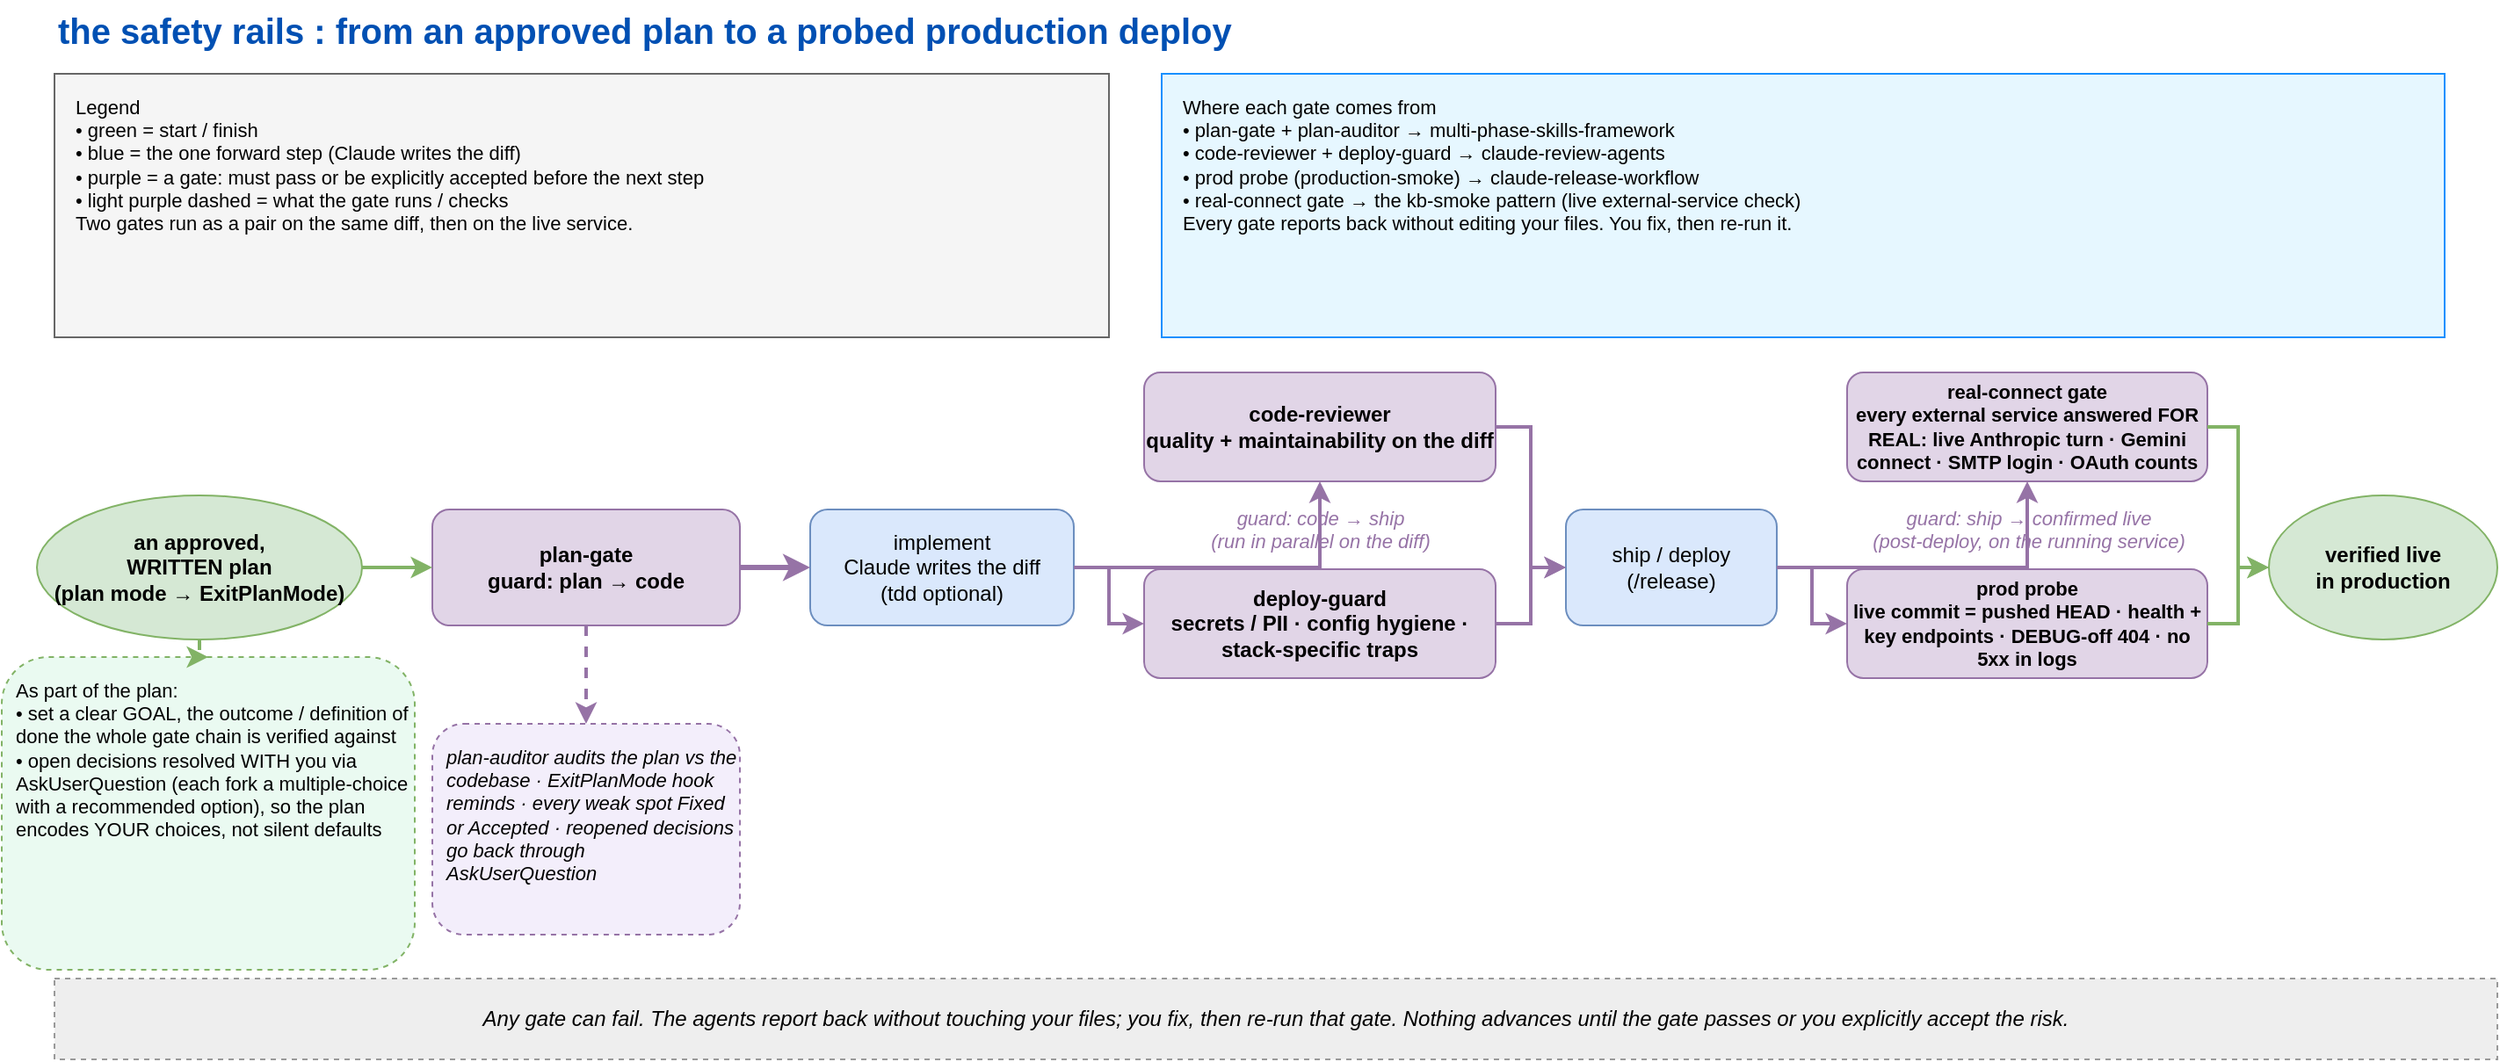
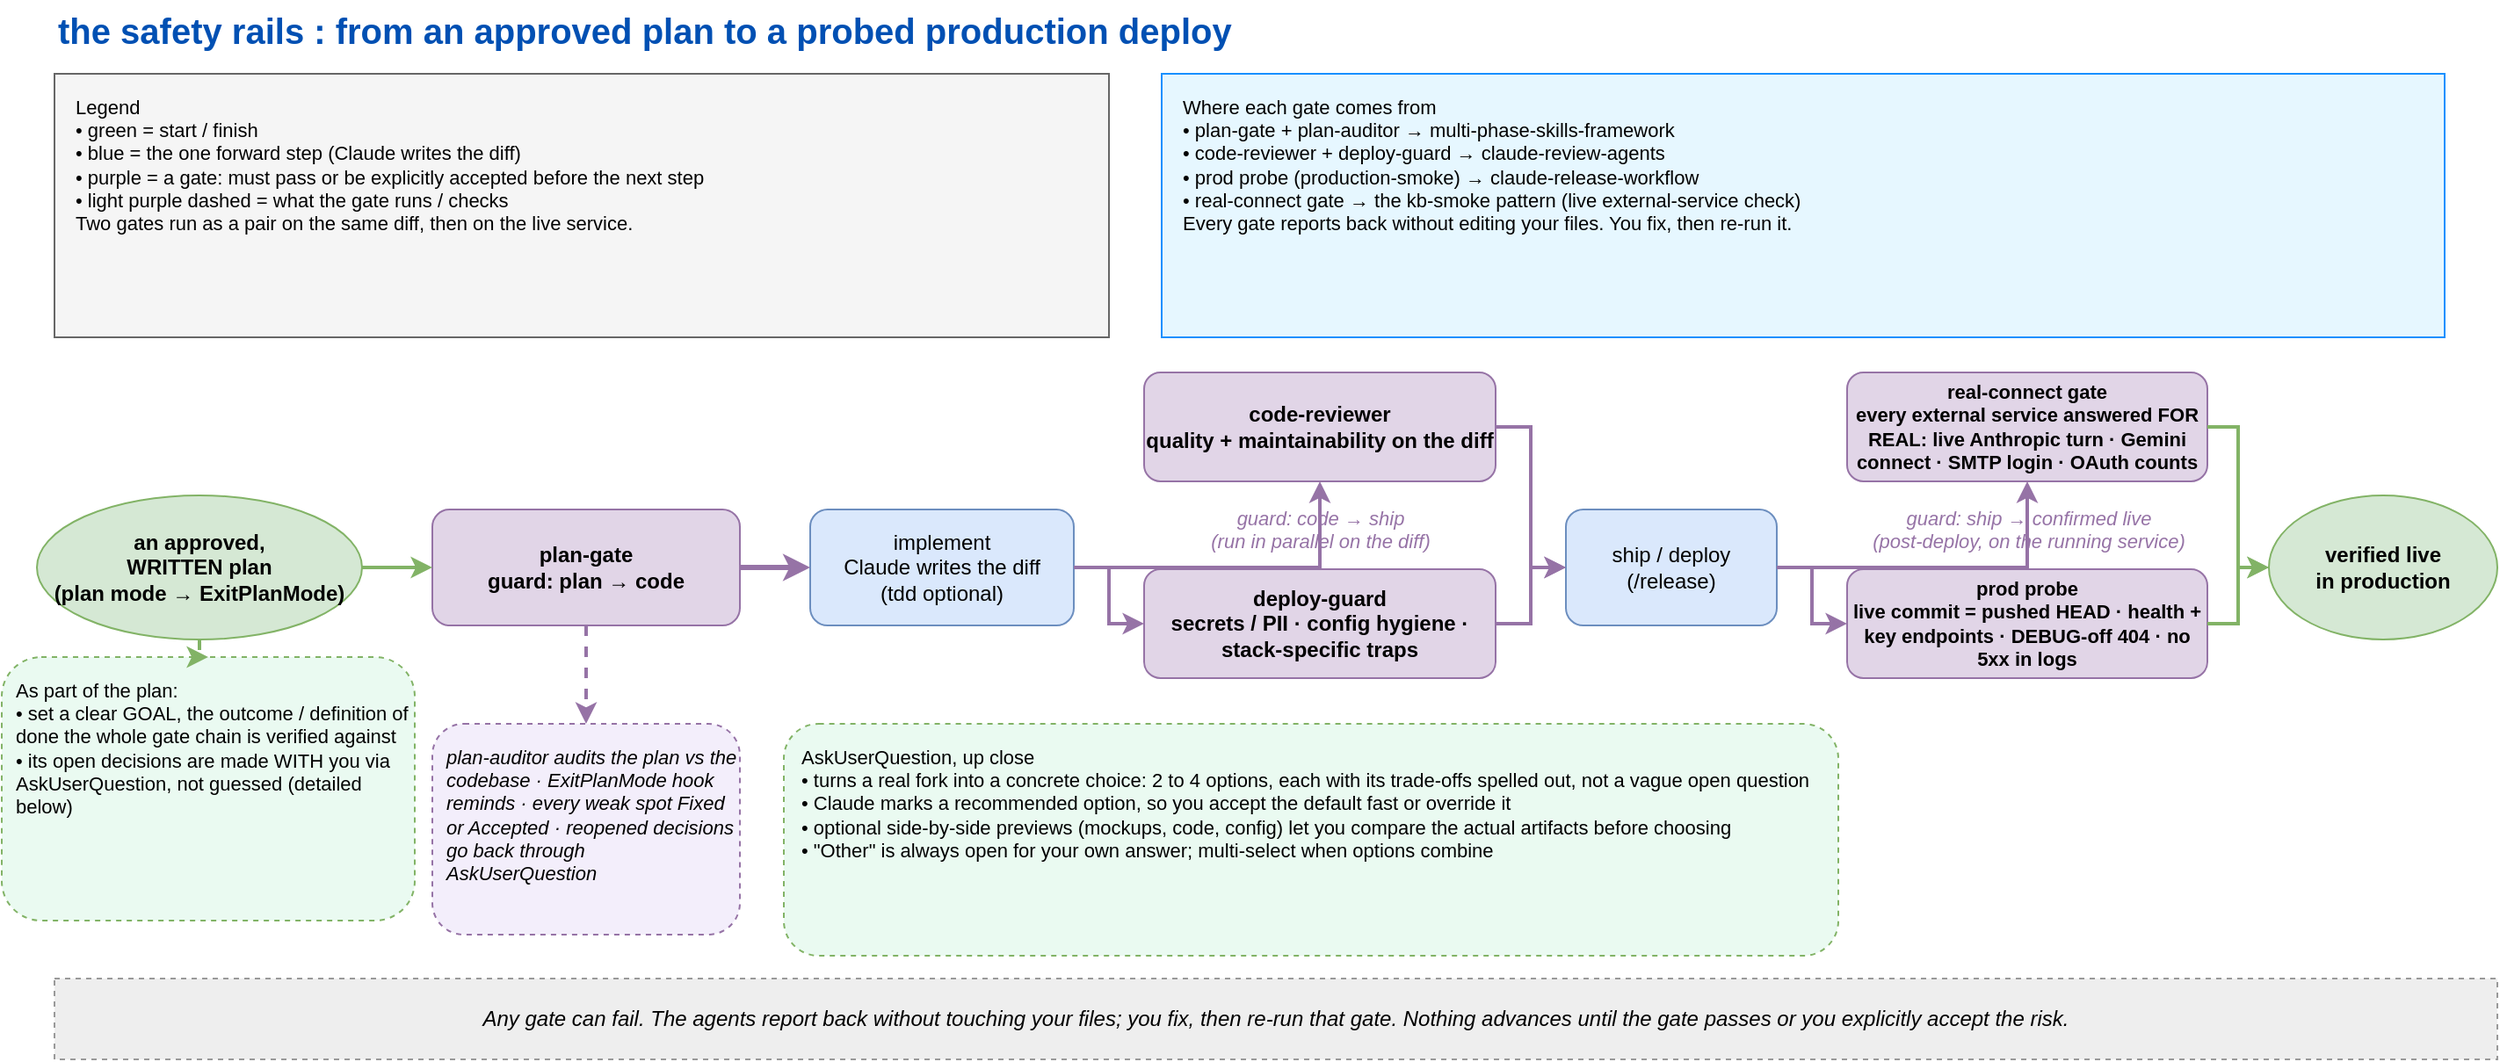
<mxfile host="app.diagrams.net" type="device">
  <diagram name="safety-rails" id="safetyrails">
    <mxGraphModel dx="1400" dy="800" grid="0" gridSize="10" guides="1" tooltips="1" connect="1" arrows="1" fold="1" page="1" pageScale="1" pageWidth="1440" pageHeight="640" math="0" shadow="0">
      <root>
        <mxCell id="0"/>
        <mxCell id="1" parent="0"/>

        <mxCell id="title" value="the safety rails : from an approved plan to a probed production deploy" style="text;html=1;fontSize=20;fontStyle=1;fontColor=#0050b3;align=left;verticalAlign=middle;fontFamily=Helvetica;" vertex="1" parent="1"><mxGeometry x="40" y="18" width="1360" height="34" as="geometry"/></mxCell>

        <mxCell id="legend" value="Legend&#10;• green = start / finish&#10;• blue = the one forward step (Claude writes the diff)&#10;• purple = a gate: must pass or be explicitly accepted before the next step&#10;• light purple dashed = what the gate runs / checks&#10;Two gates run as a pair on the same diff, then on the live service." style="rounded=0;fillColor=#f5f5f5;strokeColor=#666666;fontStyle=0;verticalAlign=top;align=left;spacingLeft=10;spacingTop=6;whiteSpace=wrap;html=1;fontFamily=Helvetica;fontSize=11;" vertex="1" parent="1"><mxGeometry x="40" y="60" width="600" height="150" as="geometry"/></mxCell>

        <mxCell id="prov" value="Where each gate comes from&#10;• plan-gate + plan-auditor  →  multi-phase-skills-framework&#10;• code-reviewer + deploy-guard  →  claude-review-agents&#10;• prod probe (production-smoke)  →  claude-release-workflow&#10;• real-connect gate  →  the kb-smoke pattern (live external-service check)&#10;Every gate reports back without editing your files. You fix, then re-run it." style="rounded=0;fillColor=#e6f7ff;strokeColor=#1890ff;fontStyle=0;verticalAlign=top;align=left;spacingLeft=10;spacingTop=6;whiteSpace=wrap;html=1;fontFamily=Helvetica;fontSize=11;" vertex="1" parent="1"><mxGeometry x="670" y="60" width="730" height="150" as="geometry"/></mxCell>

        <!-- START: the written plan -->
        <mxCell id="start" value="an approved,&#10;WRITTEN plan&#10;(plan mode → ExitPlanMode)" style="ellipse;fillColor=#d5e8d4;strokeColor=#82b366;html=1;whiteSpace=wrap;fontStyle=1;fontFamily=Helvetica;fontSize=12;" vertex="1" parent="1"><mxGeometry x="30" y="300" width="185" height="82" as="geometry"/></mxCell>
-         <mxCell id="auq" value="As part of the plan:&#10;• set a clear GOAL, the outcome / definition of done the whole gate chain is verified against&#10;• open decisions resolved WITH you via AskUserQuestion (each fork a multiple-choice with a recommended option), so the plan encodes YOUR choices, not silent defaults" style="rounded=1;fillColor=#eafaf1;strokeColor=#82b366;html=1;whiteSpace=wrap;fontStyle=0;dashed=1;fontFamily=Helvetica;fontSize=11;verticalAlign=top;spacingTop=6;spacingLeft=6;align=left;" vertex="1" parent="1"><mxGeometry x="10" y="392" width="235" height="178" as="geometry"/></mxCell>
+         <mxCell id="auq" value="As part of the plan:&#10;• set a clear GOAL, the outcome / definition of done the whole gate chain is verified against&#10;• its open decisions are made WITH you via AskUserQuestion, not guessed (detailed below)" style="rounded=1;fillColor=#eafaf1;strokeColor=#82b366;html=1;whiteSpace=wrap;fontStyle=0;dashed=1;fontFamily=Helvetica;fontSize=11;verticalAlign=top;spacingTop=6;spacingLeft=6;align=left;" vertex="1" parent="1"><mxGeometry x="10" y="392" width="235" height="150" as="geometry"/></mxCell>
+ 
+         <!-- AskUserQuestion spotlight -->
+         <mxCell id="auqspot" value="AskUserQuestion, up close&#10;• turns a real fork into a concrete choice: 2 to 4 options, each with its trade-offs spelled out, not a vague open question&#10;• Claude marks a recommended option, so you accept the default fast or override it&#10;• optional side-by-side previews (mockups, code, config) let you compare the actual artifacts before choosing&#10;• &quot;Other&quot; is always open for your own answer; multi-select when options combine" style="rounded=1;fillColor=#eafaf1;strokeColor=#82b366;html=1;whiteSpace=wrap;fontStyle=0;dashed=1;fontFamily=Helvetica;fontSize=11;verticalAlign=top;spacingTop=6;spacingLeft=8;align=left;" vertex="1" parent="1"><mxGeometry x="455" y="430" width="600" height="132" as="geometry"/></mxCell>

        <!-- GATE 1: plan-gate -->
        <mxCell id="pg" value="plan-gate&#10;guard: plan → code" style="rounded=1;fillColor=#e1d5e7;strokeColor=#9673a6;html=1;whiteSpace=wrap;fontStyle=1;fontFamily=Helvetica;fontSize=12;" vertex="1" parent="1"><mxGeometry x="255" y="308" width="175" height="66" as="geometry"/></mxCell>
        <mxCell id="pgn" value="plan-auditor audits the plan vs the codebase · ExitPlanMode hook reminds · every weak spot Fixed or Accepted · reopened decisions go back through AskUserQuestion" style="rounded=1;fillColor=#f3eefb;strokeColor=#9673a6;html=1;whiteSpace=wrap;fontStyle=2;dashed=1;fontFamily=Helvetica;fontSize=11;verticalAlign=top;spacingTop=6;spacingLeft=6;align=left;" vertex="1" parent="1"><mxGeometry x="255" y="430" width="175" height="120" as="geometry"/></mxCell>

        <!-- IMPLEMENT -->
        <mxCell id="impl" value="implement&#10;Claude writes the diff&#10;(tdd optional)" style="rounded=1;fillColor=#dae8fc;strokeColor=#6c8ebf;html=1;whiteSpace=wrap;fontFamily=Helvetica;fontSize=12;" vertex="1" parent="1"><mxGeometry x="470" y="308" width="150" height="66" as="geometry"/></mxCell>

        <!-- GATE 2 pair: code-reviewer + deploy-guard -->
        <mxCell id="cr" value="code-reviewer&#10;quality + maintainability on the diff" style="rounded=1;fillColor=#e1d5e7;strokeColor=#9673a6;html=1;whiteSpace=wrap;fontStyle=1;fontFamily=Helvetica;fontSize=12;" vertex="1" parent="1"><mxGeometry x="660" y="230" width="200" height="62" as="geometry"/></mxCell>
        <mxCell id="dg" value="deploy-guard&#10;secrets / PII · config hygiene · stack-specific traps" style="rounded=1;fillColor=#e1d5e7;strokeColor=#9673a6;html=1;whiteSpace=wrap;fontStyle=1;fontFamily=Helvetica;fontSize=12;" vertex="1" parent="1"><mxGeometry x="660" y="342" width="200" height="62" as="geometry"/></mxCell>
        <mxCell id="pairlbl1" value="guard: code → ship&#10;(run in parallel on the diff)" style="text;html=1;fontSize=11;fontStyle=2;fontColor=#9673a6;align=center;fontFamily=Helvetica;" vertex="1" parent="1"><mxGeometry x="660" y="300" width="200" height="34" as="geometry"/></mxCell>

        <!-- SHIP -->
        <mxCell id="ship" value="ship / deploy&#10;(/release)" style="rounded=1;fillColor=#dae8fc;strokeColor=#6c8ebf;html=1;whiteSpace=wrap;fontFamily=Helvetica;fontSize=12;" vertex="1" parent="1"><mxGeometry x="900" y="308" width="120" height="66" as="geometry"/></mxCell>

        <!-- GATE 3 pair: real-connect + prod probe -->
        <mxCell id="rc" value="real-connect gate&#10;every external service answered FOR REAL: live Anthropic turn · Gemini connect · SMTP login · OAuth counts" style="rounded=1;fillColor=#e1d5e7;strokeColor=#9673a6;html=1;whiteSpace=wrap;fontStyle=1;fontFamily=Helvetica;fontSize=11;" vertex="1" parent="1"><mxGeometry x="1060" y="230" width="205" height="62" as="geometry"/></mxCell>
        <mxCell id="pp" value="prod probe&#10;live commit = pushed HEAD · health + key endpoints · DEBUG-off 404 · no 5xx in logs" style="rounded=1;fillColor=#e1d5e7;strokeColor=#9673a6;html=1;whiteSpace=wrap;fontStyle=1;fontFamily=Helvetica;fontSize=11;" vertex="1" parent="1"><mxGeometry x="1060" y="342" width="205" height="62" as="geometry"/></mxCell>
        <mxCell id="pairlbl2" value="guard: ship → confirmed live&#10;(post-deploy, on the running service)" style="text;html=1;fontSize=11;fontStyle=2;fontColor=#9673a6;align=center;fontFamily=Helvetica;" vertex="1" parent="1"><mxGeometry x="1060" y="300" width="205" height="34" as="geometry"/></mxCell>

        <!-- FINISH -->
        <mxCell id="finish" value="verified live&#10;in production" style="ellipse;fillColor=#d5e8d4;strokeColor=#82b366;html=1;whiteSpace=wrap;fontStyle=1;fontFamily=Helvetica;fontSize=12;" vertex="1" parent="1"><mxGeometry x="1300" y="300" width="130" height="82" as="geometry"/></mxCell>

        <!-- return band -->
        <mxCell id="band" value="Any gate can fail. The agents report back without touching your files; you fix, then re-run that gate. Nothing advances until the gate passes or you explicitly accept the risk." style="rounded=0;fillColor=#eeeeee;strokeColor=#999999;html=1;whiteSpace=wrap;fontStyle=2;dashed=1;verticalAlign=middle;align=center;fontFamily=Helvetica;fontSize=12;" vertex="1" parent="1"><mxGeometry x="40" y="575" width="1390" height="46" as="geometry"/></mxCell>

        <!-- edges: spine -->
        <mxCell id="e1" style="edgeStyle=orthogonalEdgeStyle;rounded=0;endArrow=classic;strokeColor=#82b366;strokeWidth=2;html=1;" edge="1" parent="1" source="start" target="pg"><mxGeometry relative="1" as="geometry"/></mxCell>
        <mxCell id="e2" style="edgeStyle=orthogonalEdgeStyle;rounded=0;endArrow=classic;strokeColor=#9673a6;strokeWidth=3;html=1;" edge="1" parent="1" source="pg" target="impl"><mxGeometry relative="1" as="geometry"/></mxCell>
        <mxCell id="e3a" style="edgeStyle=orthogonalEdgeStyle;rounded=0;endArrow=classic;strokeColor=#9673a6;strokeWidth=2;html=1;exitX=1;exitY=0.5;exitDx=0;exitDy=0;" edge="1" parent="1" source="impl" target="cr"><mxGeometry relative="1" as="geometry"/></mxCell>
        <mxCell id="e3b" style="edgeStyle=orthogonalEdgeStyle;rounded=0;endArrow=classic;strokeColor=#9673a6;strokeWidth=2;html=1;exitX=1;exitY=0.5;exitDx=0;exitDy=0;" edge="1" parent="1" source="impl" target="dg"><mxGeometry relative="1" as="geometry"/></mxCell>
        <mxCell id="e4a" style="edgeStyle=orthogonalEdgeStyle;rounded=0;endArrow=classic;strokeColor=#9673a6;strokeWidth=2;html=1;entryX=0;entryY=0.5;entryDx=0;entryDy=0;" edge="1" parent="1" source="cr" target="ship"><mxGeometry relative="1" as="geometry"/></mxCell>
        <mxCell id="e4b" style="edgeStyle=orthogonalEdgeStyle;rounded=0;endArrow=classic;strokeColor=#9673a6;strokeWidth=2;html=1;entryX=0;entryY=0.5;entryDx=0;entryDy=0;" edge="1" parent="1" source="dg" target="ship"><mxGeometry relative="1" as="geometry"/></mxCell>
        <mxCell id="e5a" style="edgeStyle=orthogonalEdgeStyle;rounded=0;endArrow=classic;strokeColor=#9673a6;strokeWidth=2;html=1;exitX=1;exitY=0.5;exitDx=0;exitDy=0;" edge="1" parent="1" source="ship" target="rc"><mxGeometry relative="1" as="geometry"/></mxCell>
        <mxCell id="e5b" style="edgeStyle=orthogonalEdgeStyle;rounded=0;endArrow=classic;strokeColor=#9673a6;strokeWidth=2;html=1;exitX=1;exitY=0.5;exitDx=0;exitDy=0;" edge="1" parent="1" source="ship" target="pp"><mxGeometry relative="1" as="geometry"/></mxCell>
        <mxCell id="e6a" style="edgeStyle=orthogonalEdgeStyle;rounded=0;endArrow=classic;strokeColor=#82b366;strokeWidth=2;html=1;entryX=0;entryY=0.5;entryDx=0;entryDy=0;" edge="1" parent="1" source="rc" target="finish"><mxGeometry relative="1" as="geometry"/></mxCell>
        <mxCell id="e6b" style="edgeStyle=orthogonalEdgeStyle;rounded=0;endArrow=classic;strokeColor=#82b366;strokeWidth=2;html=1;entryX=0;entryY=0.5;entryDx=0;entryDy=0;" edge="1" parent="1" source="pp" target="finish"><mxGeometry relative="1" as="geometry"/></mxCell>

        <!-- edges: notes -->
        <mxCell id="n1" style="edgeStyle=orthogonalEdgeStyle;rounded=0;endArrow=classic;strokeColor=#82b366;strokeWidth=2;dashed=1;html=1;" edge="1" parent="1" source="start" target="auq"><mxGeometry relative="1" as="geometry"/></mxCell>
        <mxCell id="n2" style="edgeStyle=orthogonalEdgeStyle;rounded=0;endArrow=classic;strokeColor=#9673a6;strokeWidth=2;dashed=1;html=1;" edge="1" parent="1" source="pg" target="pgn"><mxGeometry relative="1" as="geometry"/></mxCell>
      </root>
    </mxGraphModel>
  </diagram>
</mxfile>
